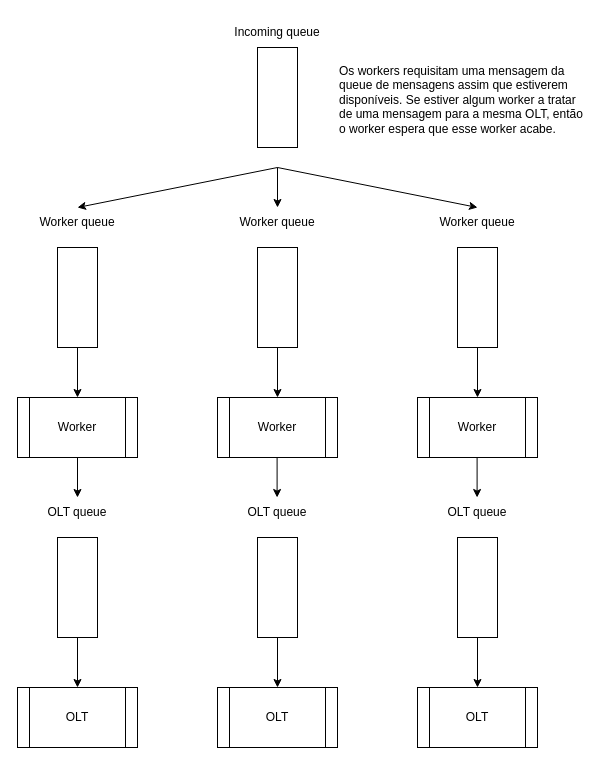
Before: architecture_schemes/algorithm_3.drawio in pedroagribeiro/uservice_arch_testbench, a draw.io diagram. Source tidied: cells renumbered, new cells numbered last; positions are measured from the earlier drawing's top-left corner, leaving out a move shared by most shapes. Both pictures are drawn from the tidied source at 100%, with x=0, y=0 at pixel (17, 17).
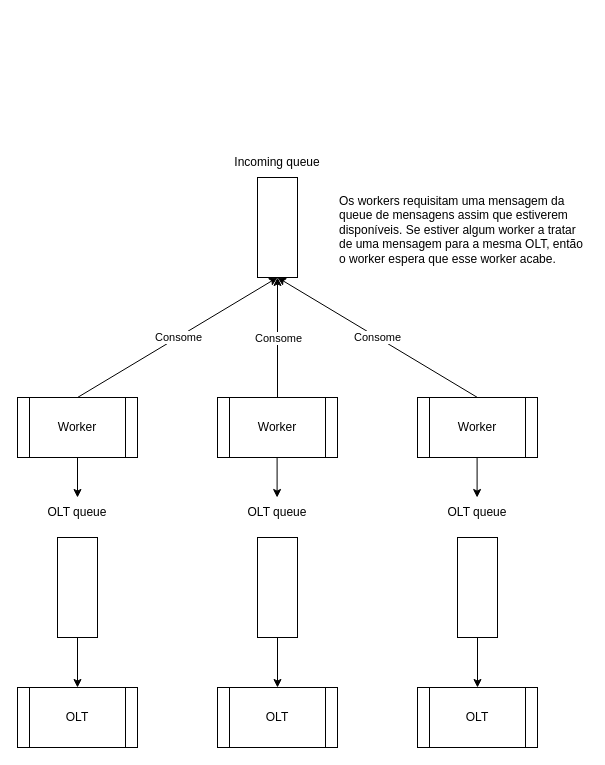
Above is the later version.

Unchanged cells that the change refers to:
```xml
<mxCell id="4" value="Worker" style="shape=process;whiteSpace=wrap;html=1;backgroundOutline=1;" parent="1" vertex="1">
  <mxGeometry y="380" width="120" height="60" as="geometry" />
</mxCell>
<mxCell id="6" value="Worker" style="shape=process;whiteSpace=wrap;html=1;backgroundOutline=1;" parent="1" vertex="1">
  <mxGeometry x="200" y="380" width="120" height="60" as="geometry" />
</mxCell>
<mxCell id="8" value="Worker" style="shape=process;whiteSpace=wrap;html=1;backgroundOutline=1;" parent="1" vertex="1">
  <mxGeometry x="400" y="380" width="120" height="60" as="geometry" />
</mxCell>
```

The edit, as a diff of the source:
```diff
@@
     <mxCell id="2" style="rounded=0;whiteSpace=wrap;html=1;" parent="1" vertex="1">
-      <mxGeometry x="240" y="30" width="40" height="100" as="geometry" />
+      <mxGeometry x="240" y="160" width="40" height="100" as="geometry" />
     </mxCell>
     <mxCell id="3" value="Incoming queue" style="text;html=1;strokeColor=none;fillColor=none;align=center;verticalAlign=middle;whiteSpace=wrap;rounded=0;" parent="1" vertex="1">
-      <mxGeometry x="210" width="100" height="30" as="geometry" />
+      <mxGeometry x="210" y="130" width="100" height="30" as="geometry" />
     </mxCell>
@@
-    <mxCell id="5" style="rounded=0;whiteSpace=wrap;html=1;" parent="1" vertex="1">
-      <mxGeometry x="40" y="230" width="40" height="100" as="geometry" />
-    </mxCell>
@@
-    <mxCell id="7" style="rounded=0;whiteSpace=wrap;html=1;" parent="1" vertex="1">
-      <mxGeometry x="240" y="230" width="40" height="100" as="geometry" />
-    </mxCell>
@@
-    <mxCell id="9" style="rounded=0;whiteSpace=wrap;html=1;" parent="1" vertex="1">
-      <mxGeometry x="440" y="230" width="40" height="100" as="geometry" />
-    </mxCell>
-    <mxCell id="10" value="Worker queue" style="text;html=1;strokeColor=none;fillColor=none;align=center;verticalAlign=middle;whiteSpace=wrap;rounded=0;" parent="1" vertex="1">
-      <mxGeometry x="10" y="190" width="100" height="30" as="geometry" />
-    </mxCell>
-    <mxCell id="11" value="Worker queue" style="text;html=1;strokeColor=none;fillColor=none;align=center;verticalAlign=middle;whiteSpace=wrap;rounded=0;" parent="1" vertex="1">
-      <mxGeometry x="210" y="190" width="100" height="30" as="geometry" />
-    </mxCell>
-    <mxCell id="12" value="Worker queue" style="text;html=1;strokeColor=none;fillColor=none;align=center;verticalAlign=middle;whiteSpace=wrap;rounded=0;" parent="1" vertex="1">
-      <mxGeometry x="410" y="190" width="100" height="30" as="geometry" />
-    </mxCell>
-    <mxCell id="13" style="endArrow=classic;html=1;rounded=0;exitX=0.5;exitY=1;exitDx=0;exitDy=0;entryX=0.5;entryY=0;entryDx=0;entryDy=0;" parent="1" edge="1" target="10">
-      <mxGeometry relative="1" as="geometry">
-        <mxPoint x="260" y="150" as="sourcePoint" />
-      </mxGeometry>
-    </mxCell>
-    <mxCell id="14" style="endArrow=classic;html=1;rounded=0;entryX=0.5;entryY=0;entryDx=0;entryDy=0;" parent="1" edge="1" target="11">
-      <mxGeometry relative="1" as="geometry">
-        <mxPoint x="260" y="150" as="sourcePoint" />
-      </mxGeometry>
-    </mxCell>
-    <mxCell id="15" style="endArrow=classic;html=1;rounded=0;exitX=0.5;exitY=1;exitDx=0;exitDy=0;entryX=0.5;entryY=0;entryDx=0;entryDy=0;" parent="1" edge="1" target="12">
-      <mxGeometry relative="1" as="geometry">
-        <mxPoint x="260" y="150" as="sourcePoint" />
-      </mxGeometry>
-    </mxCell>
-    <mxCell id="16" style="endArrow=classic;html=1;rounded=0;exitX=0.5;exitY=1;exitDx=0;exitDy=0;entryX=0.5;entryY=0;entryDx=0;entryDy=0;" parent="1" edge="1" source="5" target="4">
-      <mxGeometry relative="1" as="geometry" />
-    </mxCell>
-    <mxCell id="17" style="endArrow=classic;html=1;rounded=0;exitX=0.5;exitY=1;exitDx=0;exitDy=0;entryX=0.5;entryY=0;entryDx=0;entryDy=0;" parent="1" edge="1" source="7" target="6">
-      <mxGeometry relative="1" as="geometry" />
-    </mxCell>
-    <mxCell id="18" style="endArrow=classic;html=1;rounded=0;exitX=0.5;exitY=1;exitDx=0;exitDy=0;entryX=0.5;entryY=0;entryDx=0;entryDy=0;" parent="1" edge="1" source="9" target="8">
-      <mxGeometry relative="1" as="geometry" />
-    </mxCell>
@@
     <mxCell id="34" value="Os workers requisitam uma mensagem da queue de mensagens assim que estiverem disponíveis. Se estiver algum worker a tratar de uma mensagem para a mesma OLT, então o worker espera que esse worker acabe." style="text;html=1;strokeColor=none;fillColor=none;align=left;verticalAlign=top;whiteSpace=wrap;rounded=0;" parent="1" vertex="1">
-      <mxGeometry x="320" y="40" width="250" height="80" as="geometry" />
+      <mxGeometry x="320" y="170" width="250" height="80" as="geometry" />
     </mxCell>
+    <mxCell id="35" style="endArrow=classic;html=1;rounded=0;exitX=0.5;exitY=0;exitDx=0;exitDy=0;entryX=0.5;entryY=1;entryDx=0;entryDy=0;" parent="1" edge="1" source="4" target="2">
+      <mxGeometry relative="1" as="geometry" />
+    </mxCell>
+    <mxCell id="36" value="Consome" style="edgeLabel;html=1;align=center;verticalAlign=middle;" parent="35" vertex="1">
+      <mxGeometry relative="1" as="geometry" />
+    </mxCell>
+    <mxCell id="37" style="endArrow=classic;html=1;rounded=0;exitX=0.5;exitY=0;exitDx=0;exitDy=0;" parent="1" edge="1" source="6">
+      <mxGeometry relative="1" as="geometry">
+        <mxPoint x="260" y="260" as="targetPoint" />
+      </mxGeometry>
+    </mxCell>
+    <mxCell id="38" value="Consome" style="edgeLabel;html=1;align=center;verticalAlign=middle;" parent="37" vertex="1">
+      <mxGeometry relative="1" as="geometry" />
+    </mxCell>
+    <mxCell id="39" style="endArrow=classic;html=1;rounded=0;exitX=0.5;exitY=0;exitDx=0;exitDy=0;" parent="1" edge="1" source="8">
+      <mxGeometry relative="1" as="geometry">
+        <mxPoint x="260" y="260" as="targetPoint" />
+      </mxGeometry>
+    </mxCell>
+    <mxCell id="40" value="Consome" style="edgeLabel;html=1;align=center;verticalAlign=middle;" parent="39" vertex="1">
+      <mxGeometry relative="1" as="geometry" />
+    </mxCell>
```
